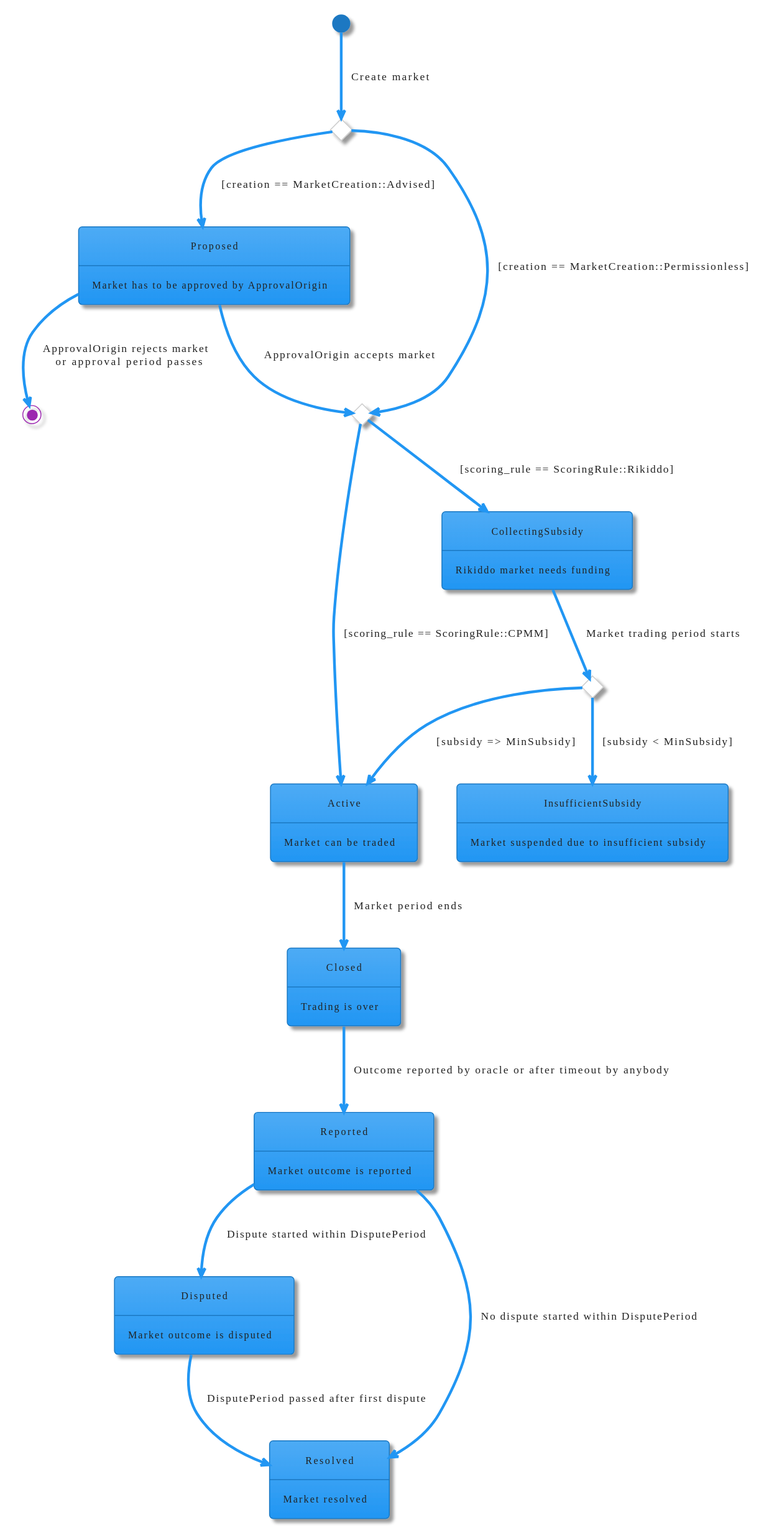
Earlier version of the PlantUML export docs/diagrams/svg/market_state_diagram.svg (zeitgeistpm/zeitgeist).
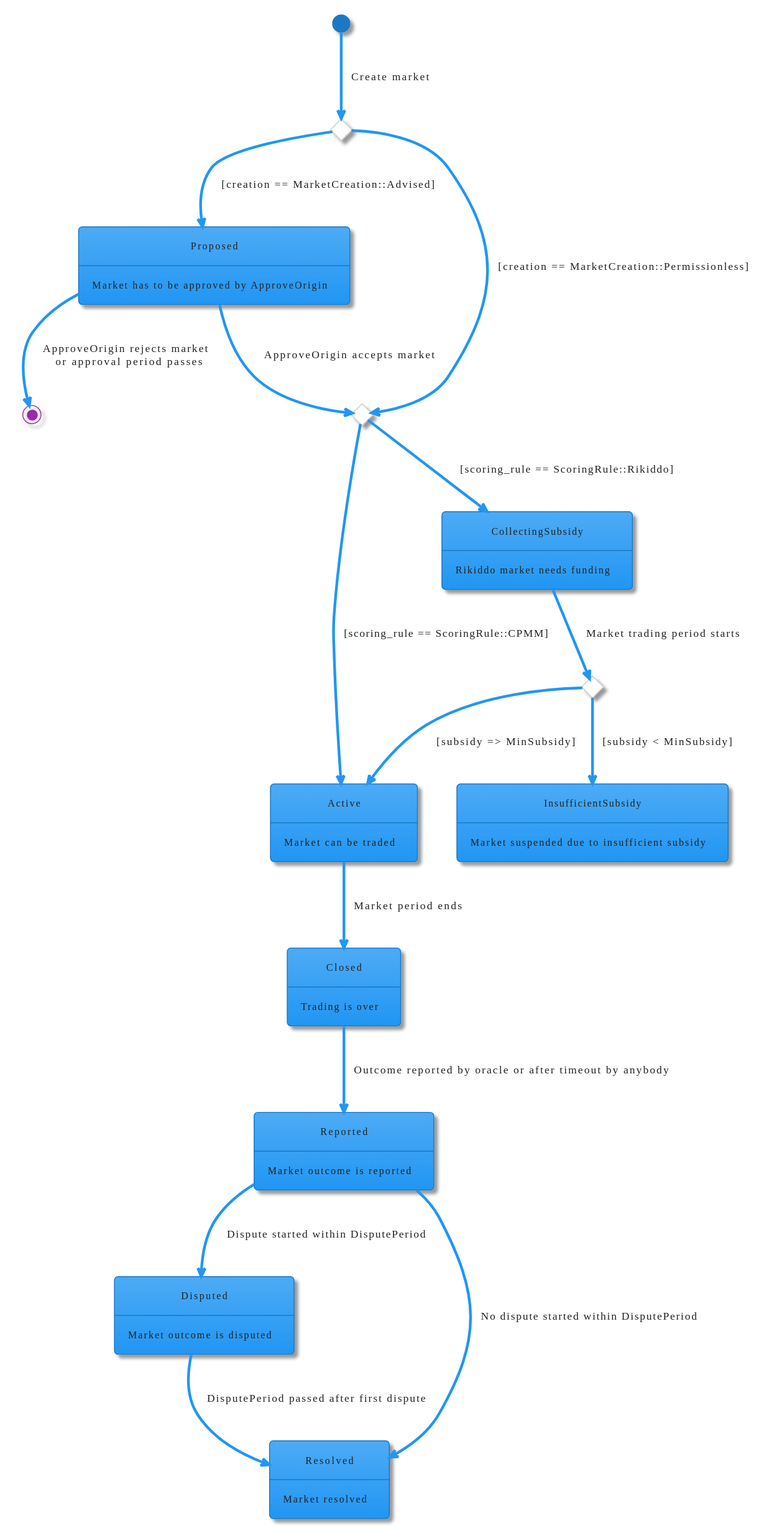
Later version of the same file.

Commit message:
Allow market approval by single AdvisoryCommittee member

Change to the diagram source:
```diff
@@ -6,7 +6,7 @@
 state CollectingSubsidy : Rikiddo market needs funding
 state Disputed: Market outcome is disputed
 state InsufficientSubsidy : Market suspended due to insufficient subsidy
-state Proposed : Market has to be approved by ApprovalOrigin
+state Proposed : Market has to be approved by ApproveOrigin
 state Reported : Market outcome is reported
 state Resolved : Market resolved
 
@@ -21,8 +21,8 @@
 cpmm_or_rikiddo --> Active : [scoring_rule == ScoringRule::CPMM]
 cpmm_or_rikiddo --> CollectingSubsidy : [scoring_rule == ScoringRule::Rikiddo]
 
-Proposed --> cpmm_or_rikiddo : ApprovalOrigin accepts market
-Proposed --> [*] : ApprovalOrigin rejects market \n or approval period passes
+Proposed --> cpmm_or_rikiddo : ApproveOrigin accepts market
+Proposed --> [*] : ApproveOrigin rejects market \n or approval period passes
 
 CollectingSubsidy --> enough_subsidy : Market trading period starts
 enough_subsidy --> Active : [subsidy => MinSubsidy]
```
